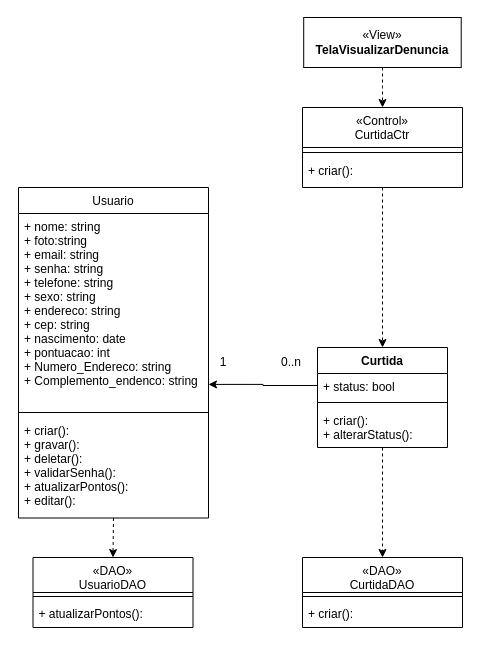
The draw.io diagram Documentação/Diagramas/Diagramas de Casos de Uso/Diagrama de Caso de Uso Curtir.drawio in frsouzaa/Documentacao-TCC-NossaVia, before the edit. Source tidied: cells renumbered, new cells numbered last; positions are measured from the earlier drawing's top-left corner, leaving out a move shared by most shapes. Both pictures are drawn from the tidied source at 100%, with x=0, y=0 at pixel (18, 17).
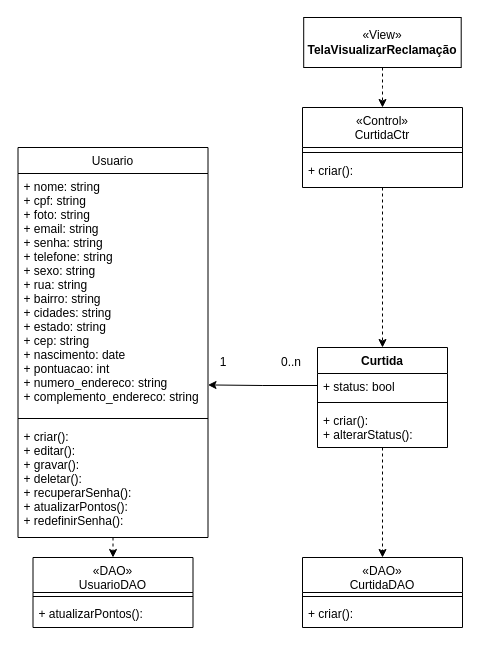
The same page after the edit.

Diff of the diagram source:
```diff
@@
-    <mxCell id="3" value="«View»&lt;br&gt;&lt;b&gt;TelaVisualizarDenuncia&lt;br&gt;&lt;/b&gt;" style="html=1;whiteSpace=wrap;" parent="1" vertex="1">
+    <mxCell id="3" value="«View»&lt;br&gt;&lt;b&gt;TelaVisualizarReclamação&lt;br&gt;&lt;/b&gt;" style="html=1;whiteSpace=wrap;" parent="1" vertex="1">
       <mxGeometry x="285.2" width="157.5" height="50" as="geometry" />
     </mxCell>
@@
     <mxCell id="23" value="Usuario" style="swimlane;fontStyle=0;align=center;verticalAlign=top;horizontal=1;startSize=26;rounded=0;shadow=0;strokeWidth=1;" parent="1" vertex="1">
-      <mxGeometry y="170" width="190" height="330.5" as="geometry" />
+      <mxGeometry x="-0.5" y="130" width="190" height="390" as="geometry" />
     </mxCell>
-    <mxCell id="24" value="+ nome: string&#10;+ foto:string&#10;+ email: string&#10;+ senha: string&#10;+ telefone: string&#10;+ sexo: string&#10;+ endereco: string&#10;+ cep: string&#10;+ nascimento: date&#10;+ pontuacao: int&#10;+ Numero_Endereco: string &#10;+ Complemento_endenco: string" style="text;align=left;verticalAlign=top;spacingLeft=4;spacingRight=4;overflow=hidden;points=[[0,0.5],[1,0.5]];portConstraint=eastwest;" parent="23" vertex="1">
-      <mxGeometry y="26" width="190" height="194" as="geometry" />
+    <mxCell id="24" value="+ nome: string&#10;+ cpf: string&#10;+ foto: string&#10;+ email: string&#10;+ senha: string&#10;+ telefone: string&#10;+ sexo: string&#10;+ rua: string&#10;+ bairro: string&#10;+ cidades: string&#10;+ estado: string&#10;+ cep: string&#10;+ nascimento: date&#10;+ pontuacao: int&#10;+ numero_endereco: string&#10;+ complemento_endereco: string" style="text;align=left;verticalAlign=top;spacingLeft=4;spacingRight=4;overflow=hidden;points=[[0,0.5],[1,0.5]];portConstraint=eastwest;" parent="23" vertex="1">
+      <mxGeometry y="26" width="190" height="240" as="geometry" />
     </mxCell>
     <mxCell id="25" style="line;html=1;strokeWidth=1;align=left;verticalAlign=middle;spacingTop=-1;spacingLeft=3;spacingRight=3;labelPosition=right;" parent="23" vertex="1">
-      <mxGeometry y="220" width="190" height="10" as="geometry" />
+      <mxGeometry y="266" width="190" height="10" as="geometry" />
     </mxCell>
-    <mxCell id="26" value="+ criar(): &#10;+ gravar():&#10;+ deletar(): &#10;+ validarSenha():&#10;+ atualizarPontos():&#10;+ editar():" style="text;align=left;verticalAlign=top;spacingLeft=4;spacingRight=4;overflow=hidden;" parent="23" vertex="1">
-      <mxGeometry y="230" width="190" height="92" as="geometry" />
+    <mxCell id="26" value="+ criar():&#10;+ editar(): &#10;+ gravar():&#10;+ deletar(): &#10;+ recuperarSenha():&#10;+ atualizarPontos():&#10;+ redefinirSenha():" style="text;align=left;verticalAlign=top;spacingLeft=4;spacingRight=4;overflow=hidden;" parent="23" vertex="1">
+      <mxGeometry y="276" width="190" height="114" as="geometry" />
     </mxCell>
```
